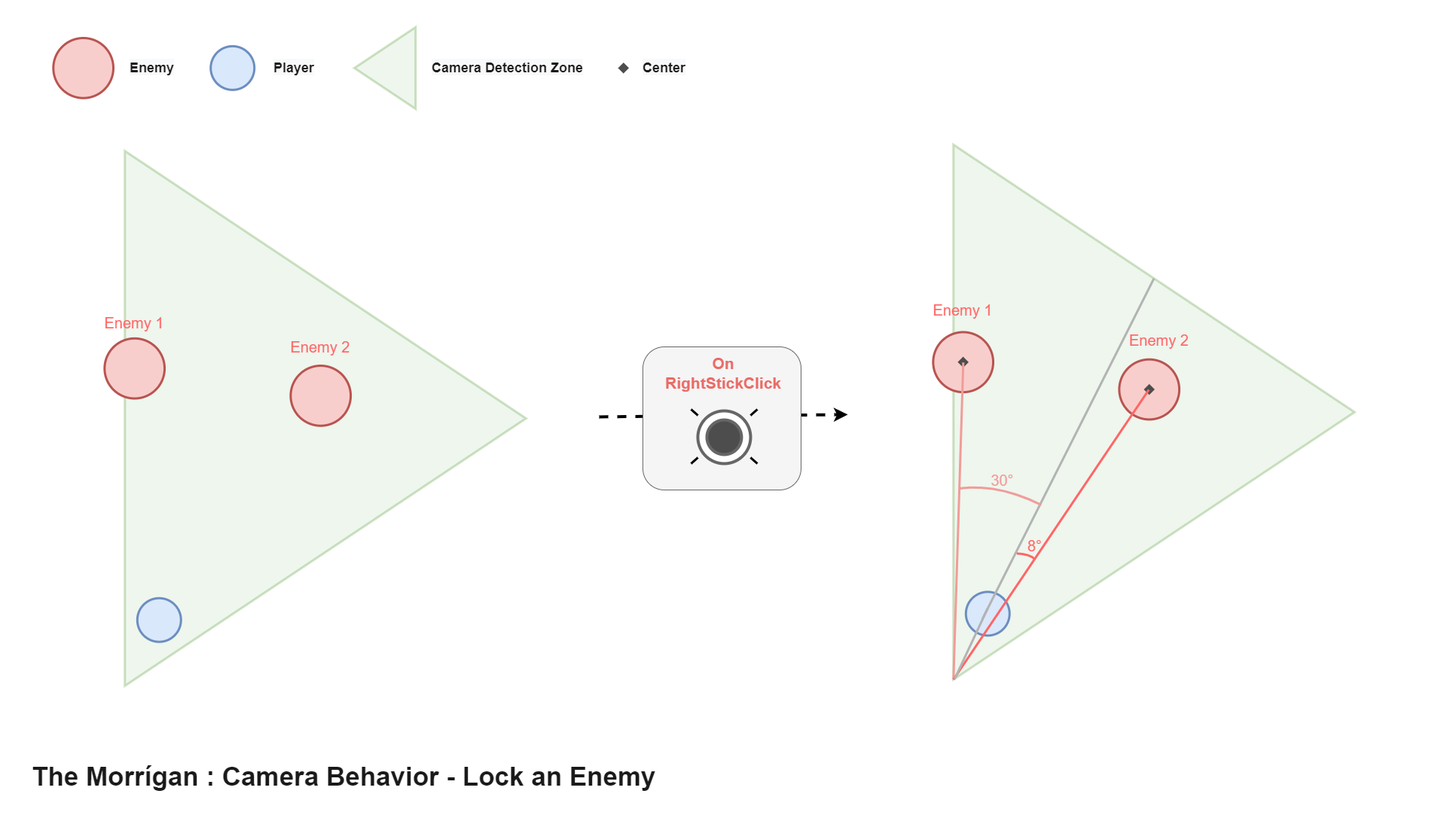
This is public/images/CameraBehaviorLockVar1.png from Fallen2/PORTFOLIO_FRUCTUOSO_MIKAEL, a draw.io export, as it was before one commit. Source tidied: cells renumbered, new cells last; positions are measured from the earlier drawing's top-left corner, leaving out a move shared by most shapes.
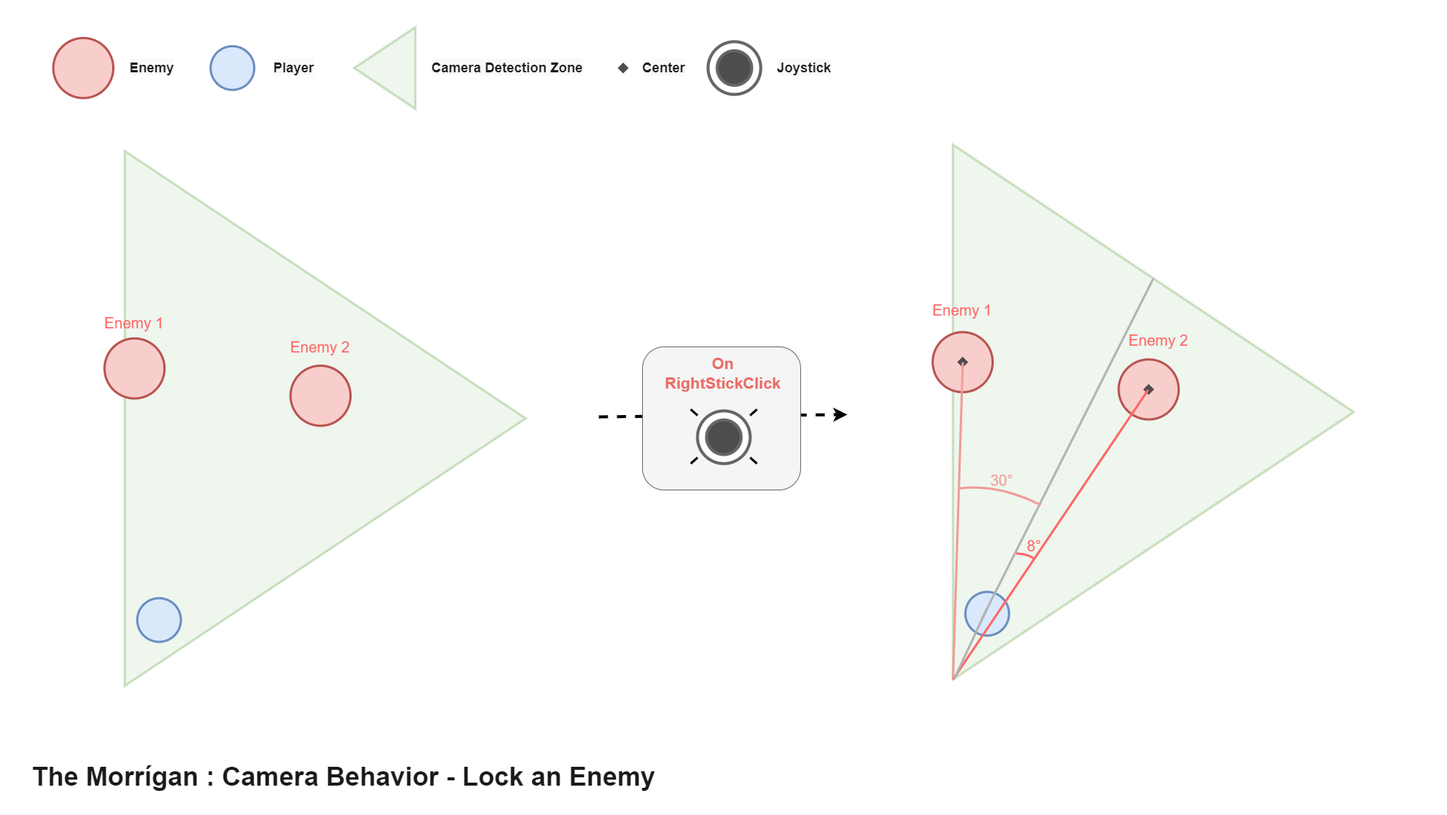
After the change.

Commit message:
Scheme text change

joystick

Diff of the diagram source:
```diff
@@ -171,5 +171,14 @@
         <mxPoint x="209.9" y="83" as="targetPoint" />
       </mxGeometry>
     </mxCell>
+    <mxCell id="46" style="ellipse;whiteSpace=wrap;html=1;labelBackgroundColor=none;labelBorderColor=none;fontFamily=Helvetica;fontSize=18;fontColor=#A680B8;strokeColor=#666666;strokeWidth=4;fillColor=none;" parent="2" vertex="1">
+      <mxGeometry x="940" y="54.8" width="70" height="70" as="geometry" />
+    </mxCell>
+    <mxCell id="47" style="ellipse;whiteSpace=wrap;html=1;labelBackgroundColor=none;labelBorderColor=none;fontFamily=Helvetica;fontSize=18;fontColor=#A680B8;strokeColor=#666666;strokeWidth=4;fillColor=#4D4D4D;" parent="2" vertex="1">
+      <mxGeometry x="952" y="66.9" width="45.9" height="45.9" as="geometry" />
+    </mxCell>
+    <mxCell id="48" value="&lt;b style=&quot;color: rgb(26 , 26 , 26) ; font-family: &amp;#34;helvetica&amp;#34; ; font-style: normal ; letter-spacing: normal ; text-align: center ; text-indent: 0px ; text-transform: none ; word-spacing: 0px ; background-color: rgb(248 , 249 , 250)&quot;&gt;&lt;font style=&quot;font-size: 18px&quot;&gt;Joystick&lt;/font&gt;&lt;/b&gt;" style="text;whiteSpace=wrap;html=1;fontSize=20;fontFamily=Helvetica;fontColor=#FF6666;" parent="2" vertex="1">
+      <mxGeometry x="1030" y="69.8" width="80" height="40" as="geometry" />
+    </mxCell>
   </root>
 </mxGraphModel>
```
